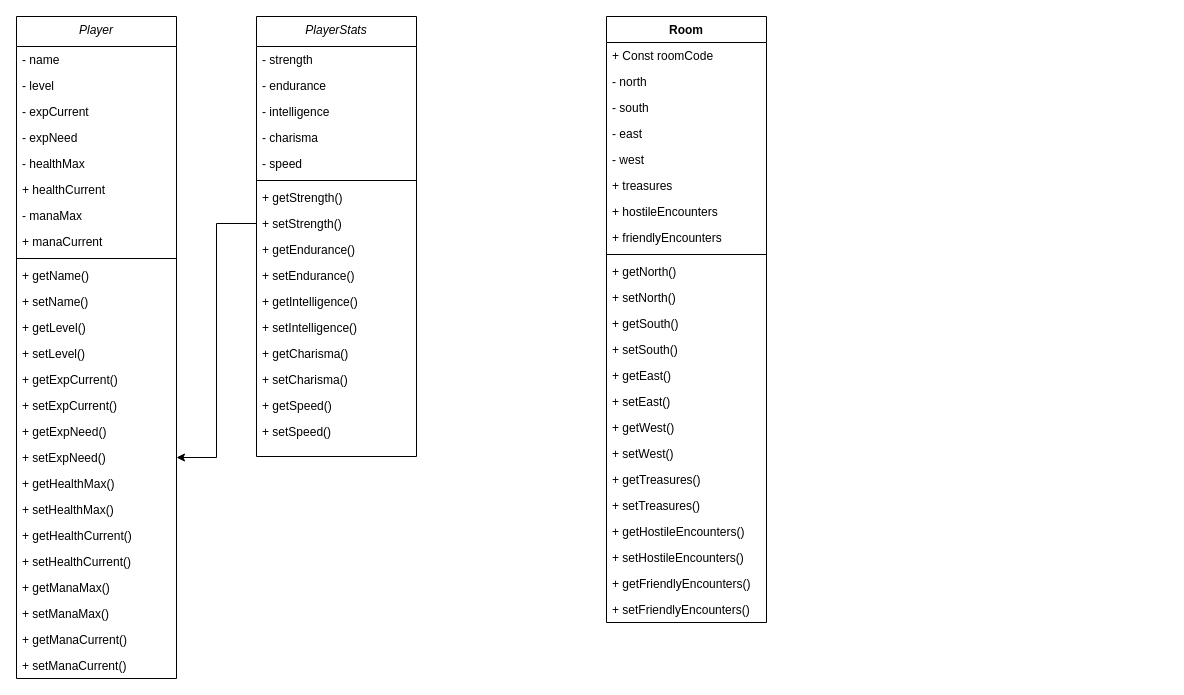
This is Untitled Diagram.drawio from chris-ac-malone/the-crucible-skull, a draw.io file, before an edit. Source tidied: cells renumbered, new cells numbered last; positions are measured from the earlier drawing's top-left corner, leaving out a move shared by most shapes. Both pictures are drawn from the tidied source at 100%, with x=0, y=0 at pixel (16, 16).
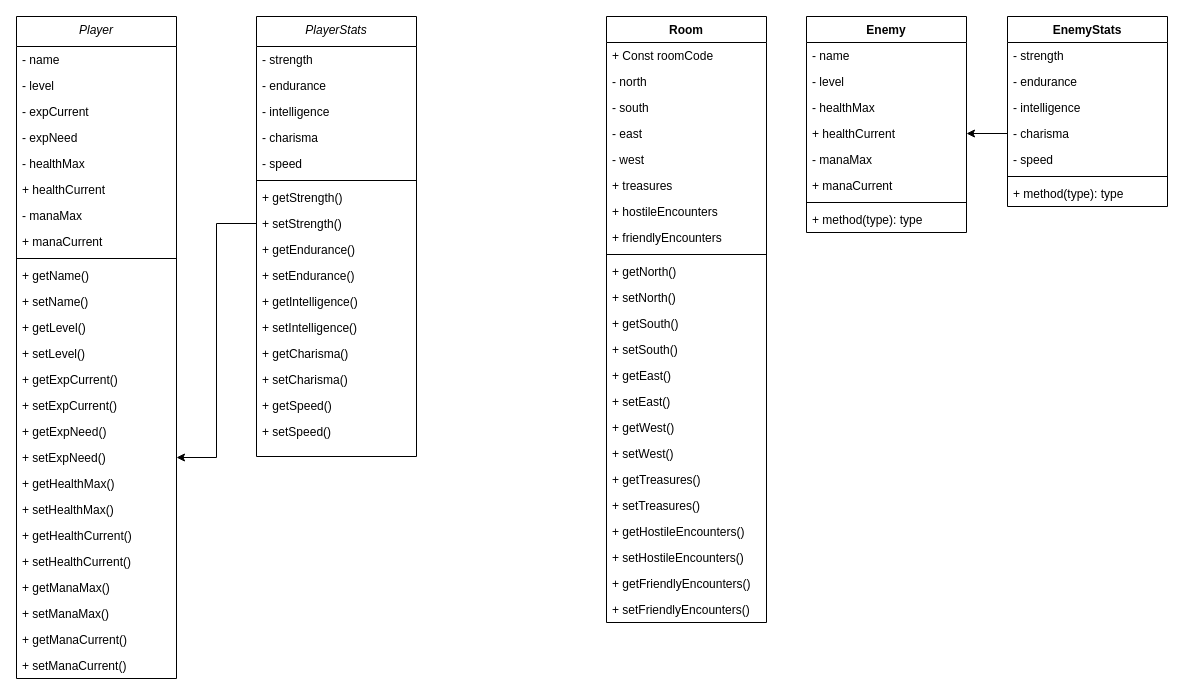
Above is the later version.

Commit message:
Added Enemy and EnemyStats variables, not methods

Diff of the diagram source:
```diff
@@
+    <mxCell id="70" value="Enemy" style="swimlane;fontStyle=1;align=center;verticalAlign=top;horizontal=1;startSize=26;" parent="1" vertex="1">
+      <mxGeometry x="790" width="160" height="216" as="geometry" />
+    </mxCell>
+    <mxCell id="71" value="- name" style="text;strokeColor=none;fillColor=none;align=left;verticalAlign=top;spacingLeft=4;spacingRight=4;overflow=hidden;" parent="70" vertex="1">
+      <mxGeometry y="26" width="160" height="26" as="geometry" />
+    </mxCell>
+    <mxCell id="72" value="- level" style="text;strokeColor=none;fillColor=none;align=left;verticalAlign=top;spacingLeft=4;spacingRight=4;overflow=hidden;" parent="70" vertex="1">
+      <mxGeometry y="52" width="160" height="26" as="geometry" />
+    </mxCell>
+    <mxCell id="73" value="- healthMax" style="text;strokeColor=none;fillColor=none;align=left;verticalAlign=top;spacingLeft=4;spacingRight=4;overflow=hidden;" parent="70" vertex="1">
+      <mxGeometry y="78" width="160" height="26" as="geometry" />
+    </mxCell>
+    <mxCell id="74" value="+ healthCurrent" style="text;strokeColor=none;fillColor=none;align=left;verticalAlign=top;spacingLeft=4;spacingRight=4;overflow=hidden;points=[[0,0.5],[1,0.5]];portConstraint=eastwest;" parent="70" vertex="1">
+      <mxGeometry y="104" width="160" height="26" as="geometry" />
+    </mxCell>
+    <mxCell id="75" value="- manaMax" style="text;strokeColor=none;fillColor=none;align=left;verticalAlign=top;spacingLeft=4;spacingRight=4;overflow=hidden;" parent="70" vertex="1">
+      <mxGeometry y="130" width="160" height="26" as="geometry" />
+    </mxCell>
+    <mxCell id="76" value="+ manaCurrent" style="text;strokeColor=none;fillColor=none;align=left;verticalAlign=top;spacingLeft=4;spacingRight=4;overflow=hidden;" parent="70" vertex="1">
+      <mxGeometry y="156" width="160" height="26" as="geometry" />
+    </mxCell>
+    <mxCell id="77" style="line;strokeWidth=1;fillColor=none;align=left;verticalAlign=middle;spacingTop=-1;spacingLeft=3;spacingRight=3;labelPosition=right;" parent="70" vertex="1">
+      <mxGeometry y="182" width="160" height="8" as="geometry" />
+    </mxCell>
+    <mxCell id="78" value="+ method(type): type" style="text;strokeColor=none;fillColor=none;align=left;verticalAlign=top;spacingLeft=4;spacingRight=4;overflow=hidden;" parent="70" vertex="1">
+      <mxGeometry y="190" width="160" height="26" as="geometry" />
+    </mxCell>
+    <mxCell id="79" value="EnemyStats" style="swimlane;fontStyle=1;align=center;verticalAlign=top;horizontal=1;startSize=26;" parent="1" vertex="1">
+      <mxGeometry x="991" width="160" height="190" as="geometry" />
+    </mxCell>
+    <mxCell id="80" value="- strength" style="text;strokeColor=none;fillColor=none;align=left;verticalAlign=top;spacingLeft=4;spacingRight=4;overflow=hidden;" parent="79" vertex="1">
+      <mxGeometry y="26" width="160" height="26" as="geometry" />
+    </mxCell>
+    <mxCell id="81" value="- endurance" style="text;strokeColor=none;fillColor=none;align=left;verticalAlign=top;spacingLeft=4;spacingRight=4;overflow=hidden;" parent="79" vertex="1">
+      <mxGeometry y="52" width="160" height="26" as="geometry" />
+    </mxCell>
+    <mxCell id="82" value="- intelligence" style="text;strokeColor=none;fillColor=none;align=left;verticalAlign=top;spacingLeft=4;spacingRight=4;overflow=hidden;" parent="79" vertex="1">
+      <mxGeometry y="78" width="160" height="26" as="geometry" />
+    </mxCell>
+    <mxCell id="83" value="- charisma" style="text;strokeColor=none;fillColor=none;align=left;verticalAlign=top;spacingLeft=4;spacingRight=4;overflow=hidden;points=[[0,0.5],[1,0.5]];portConstraint=eastwest;" parent="79" vertex="1">
+      <mxGeometry y="104" width="160" height="26" as="geometry" />
+    </mxCell>
+    <mxCell id="84" value="- speed" style="text;strokeColor=none;fillColor=none;align=left;verticalAlign=top;spacingLeft=4;spacingRight=4;overflow=hidden;" parent="79" vertex="1">
+      <mxGeometry y="130" width="160" height="26" as="geometry" />
+    </mxCell>
+    <mxCell id="85" style="line;strokeWidth=1;fillColor=none;align=left;verticalAlign=middle;spacingTop=-1;spacingLeft=3;spacingRight=3;labelPosition=right;" parent="79" vertex="1">
+      <mxGeometry y="156" width="160" height="8" as="geometry" />
+    </mxCell>
+    <mxCell id="86" value="+ method(type): type" style="text;strokeColor=none;fillColor=none;align=left;verticalAlign=top;spacingLeft=4;spacingRight=4;overflow=hidden;" parent="79" vertex="1">
+      <mxGeometry y="164" width="160" height="26" as="geometry" />
+    </mxCell>
+    <mxCell id="87" style="endArrow=classic;html=1;entryX=1;entryY=0.5;entryDx=0;entryDy=0;exitX=0;exitY=0.5;exitDx=0;exitDy=0;" parent="1" edge="1" source="83" target="74">
+      <mxGeometry relative="1" as="geometry" />
+    </mxCell>
```
